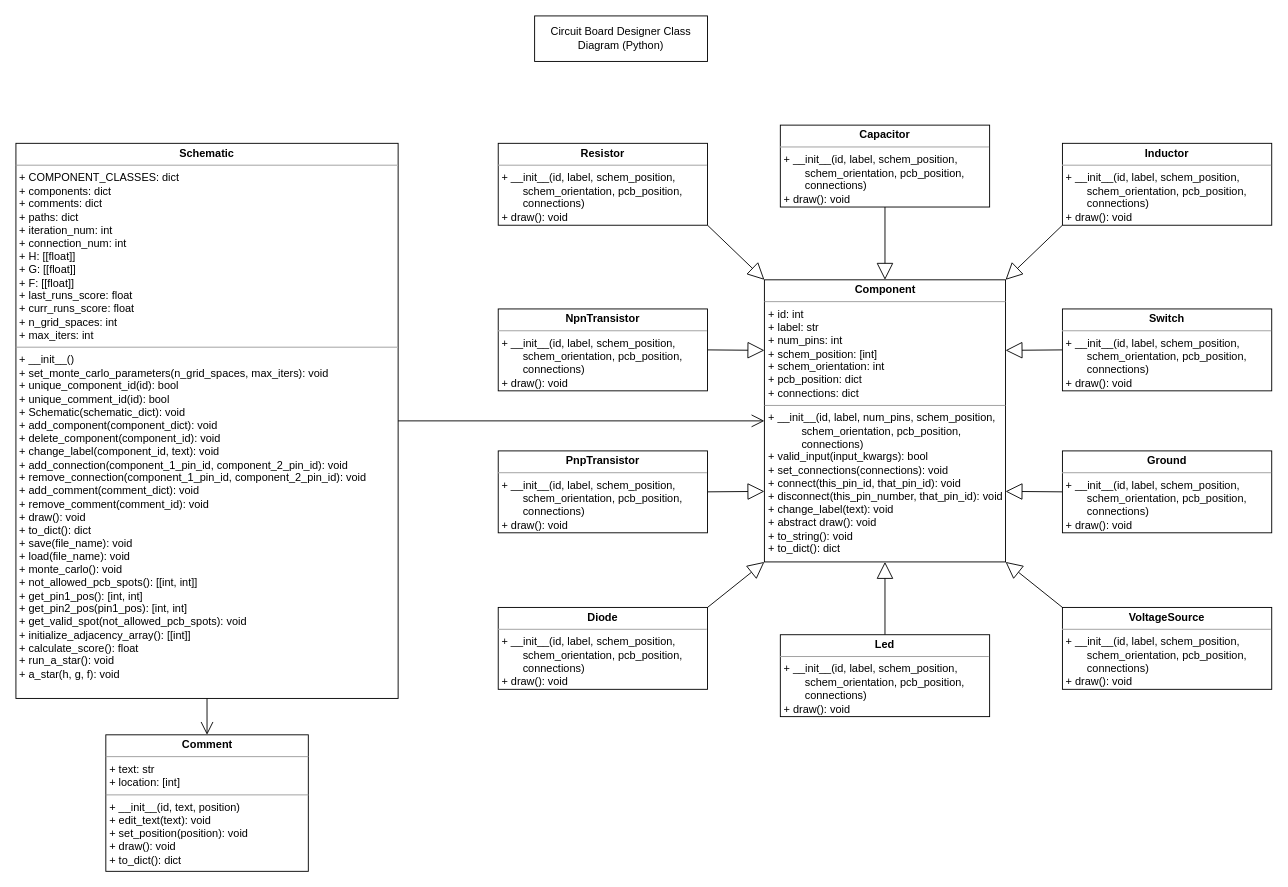
This is Documents/ClassDiagrams.drawio from CinnaKenToast/Circuit-Board-Designer, a draw.io file, before an edit. Source tidied: cells renumbered, new cells numbered last; positions are measured from the earlier drawing's top-left corner, leaving out a move shared by most shapes. Both pictures are drawn from the tidied source at 91%, with x=0, y=0 at pixel (15, 15).
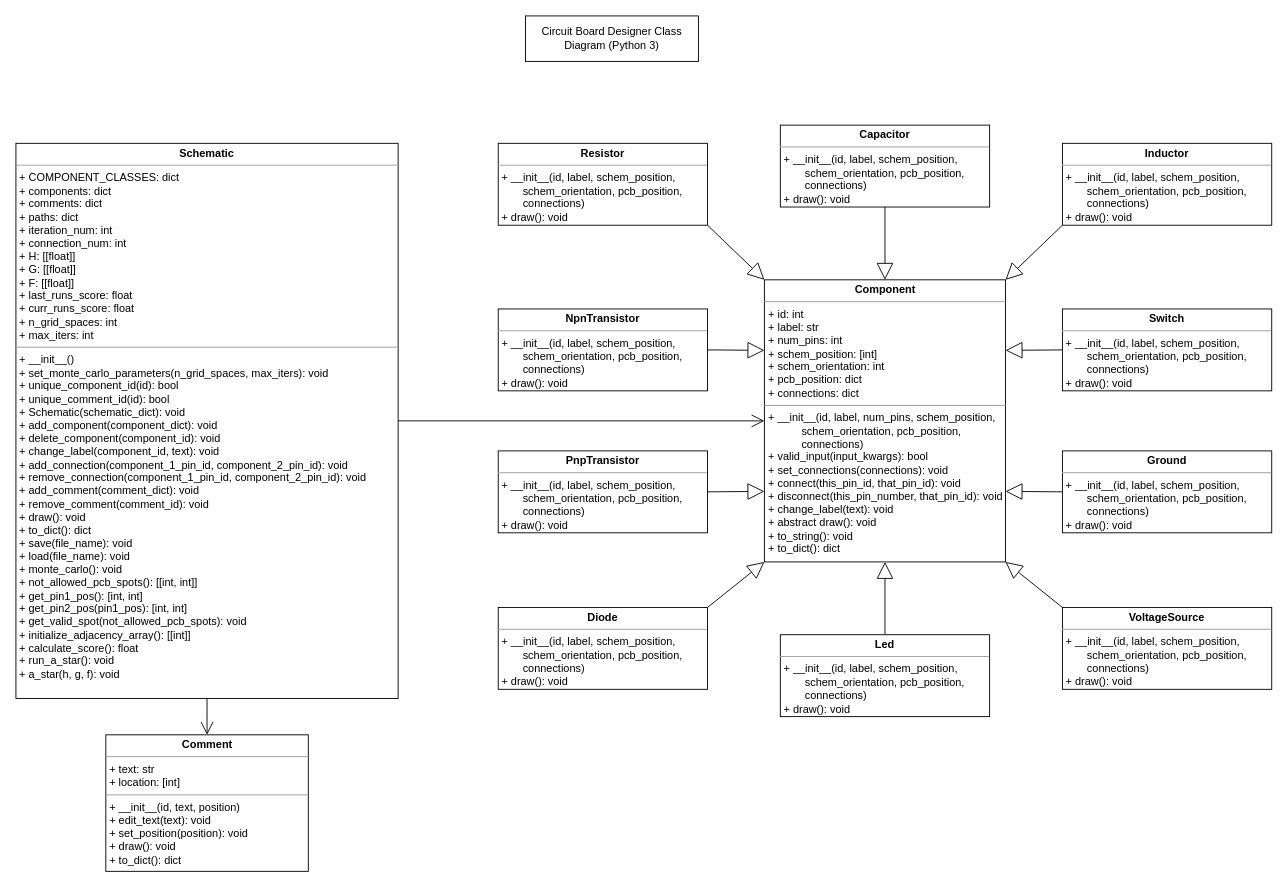
Above is the later version.

The edit, as a diff of the source:
```diff
@@
-    <mxCell id="18" value="Circuit Board Designer Class Diagram (Python)" style="rounded=0;whiteSpace=wrap;html=1;" parent="1" vertex="1">
-      <mxGeometry x="570" width="190" height="50" as="geometry" />
+    <mxCell id="18" value="Circuit Board Designer Class Diagram (Python 3)" style="rounded=0;whiteSpace=wrap;html=1;" parent="1" vertex="1">
+      <mxGeometry x="560" width="190" height="50" as="geometry" />
     </mxCell>
```
